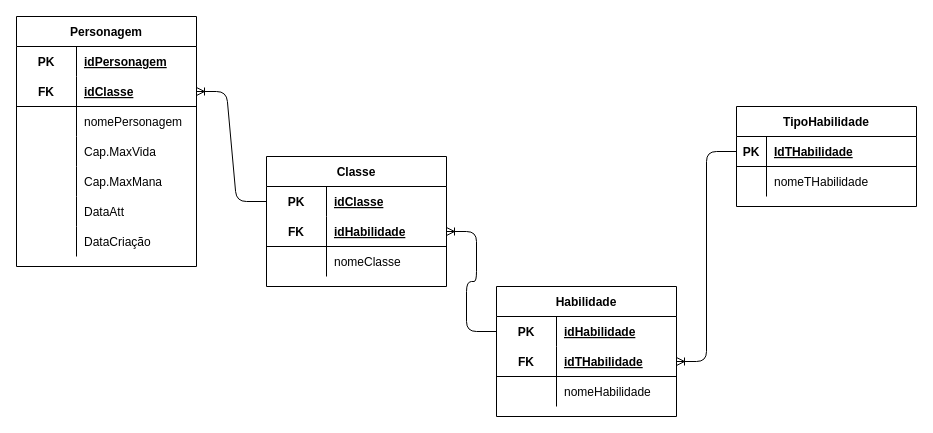
Above: page "Logico" (2 of 2) of Modelo/Modelos Logico e Conceitual.drawio in BartH28/SENAI-HROADS (draw.io), before the change. Source tidied: cells renumbered, new cells numbered last; positions are measured from the earlier drawing's top-left corner, leaving out a move shared by most shapes. Both pictures are drawn from the tidied source at 100%, with x=0, y=0 at pixel (16, 16).
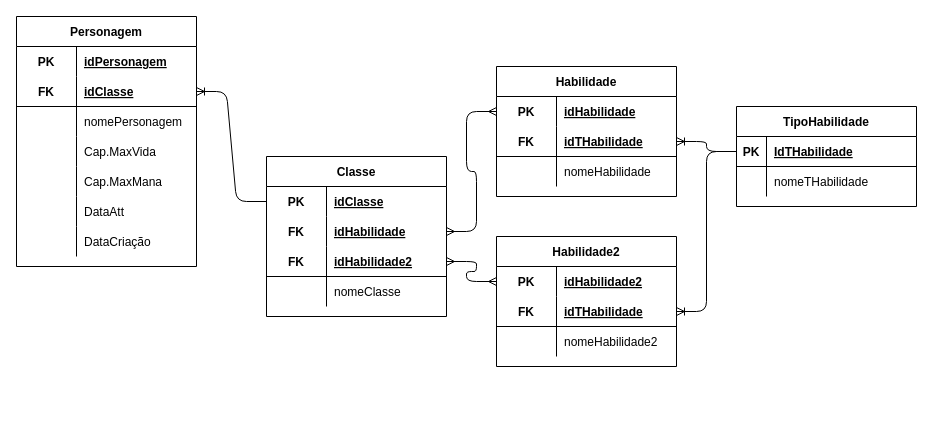
After the change.

Unchanged cells that the change refers to:
```xml
<mxCell id="3" style="shape=partialRectangle;fillColor=none;top=0;left=0;bottom=1;right=0;points=[[0,0.5],[1,0.5]];portConstraint=eastwest;" parent="2" vertex="1">
  <mxGeometry y="30" width="180" height="30" as="geometry" />
</mxCell>
<mxCell id="10" style="shape=partialRectangle;fillColor=none;top=0;left=0;bottom=0;right=0;points=[[0,0.5],[1,0.5]];portConstraint=eastwest;" parent="9" vertex="1">
  <mxGeometry y="30" width="180" height="30" as="geometry" />
</mxCell>
```

What changed in the source:
```diff
@@
     <mxCell id="9" value="Habilidade" style="shape=table;startSize=30;childLayout=tableLayout;rowLines=0;fontStyle=1;align=center;" parent="1" vertex="1">
-      <mxGeometry x="480" y="270" width="180" height="130" as="geometry" />
+      <mxGeometry x="480" y="50" width="180" height="130" as="geometry" />
     </mxCell>
@@
     <mxCell id="19" value="Classe" style="shape=table;startSize=30;childLayout=tableLayout;rowLines=0;fontStyle=1;align=center;" parent="1" vertex="1">
-      <mxGeometry x="250" y="140" width="180" height="130" as="geometry" />
+      <mxGeometry x="250" y="140" width="180" height="160" as="geometry" />
     </mxCell>
@@
+    <mxCell id="54" style="shape=partialRectangle;fillColor=none;top=0;left=0;bottom=0;right=0;points=[[0,0.5],[1,0.5]];portConstraint=eastwest;" parent="19" vertex="1">
+      <mxGeometry y="60" width="180" height="30" as="geometry" />
+    </mxCell>
+    <mxCell id="55" value="FK" style="shape=partialRectangle;fillColor=none;top=0;left=0;bottom=0;right=0;fontStyle=1;overflow=hidden;" parent="54" vertex="1">
+      <mxGeometry width="60" height="30" as="geometry" />
+    </mxCell>
+    <mxCell id="56" value="idHabilidade" style="shape=partialRectangle;fillColor=none;top=0;left=0;bottom=0;right=0;align=left;spacingLeft=6;fontStyle=5;overflow=hidden;" parent="54" vertex="1">
+      <mxGeometry x="60" width="120" height="30" as="geometry" />
+    </mxCell>
     <mxCell id="23" style="shape=partialRectangle;fillColor=none;top=0;left=0;bottom=1;right=0;points=[[0,0.5],[1,0.5]];portConstraint=eastwest;" parent="19" vertex="1">
-      <mxGeometry y="60" width="180" height="30" as="geometry" />
+      <mxGeometry y="90" width="180" height="30" as="geometry" />
     </mxCell>
@@
-    <mxCell id="25" value="idHabilidade" style="shape=partialRectangle;fillColor=none;top=0;left=0;bottom=0;right=0;align=left;spacingLeft=6;fontStyle=5;overflow=hidden;" parent="23" vertex="1">
+    <mxCell id="25" value="idHabilidade2" style="shape=partialRectangle;fillColor=none;top=0;left=0;bottom=0;right=0;align=left;spacingLeft=6;fontStyle=5;overflow=hidden;" parent="23" vertex="1">
       <mxGeometry x="60" width="120" height="30" as="geometry" />
     </mxCell>
     <mxCell id="26" style="shape=partialRectangle;fillColor=none;top=0;left=0;bottom=0;right=0;" parent="19" vertex="1">
-      <mxGeometry y="90" width="180" height="30" as="geometry" />
+      <mxGeometry y="120" width="180" height="30" as="geometry" />
     </mxCell>
@@
-    <mxCell id="52" style="edgeStyle=entityRelationEdgeStyle;fontSize=12;html=1;endArrow=ERoneToMany;entryX=1;entryY=0.5;entryDx=0;entryDy=0;exitX=0;exitY=0.5;exitDx=0;exitDy=0;" parent="1" edge="1" source="10" target="23">
-      <mxGeometry relative="1" as="geometry" />
-    </mxCell>
@@
+    <mxCell id="57" value="Habilidade2" style="shape=table;startSize=30;childLayout=tableLayout;rowLines=0;fontStyle=1;align=center;" parent="1" vertex="1">
+      <mxGeometry x="480" y="220" width="180" height="130" as="geometry" />
+    </mxCell>
+    <mxCell id="58" style="shape=partialRectangle;fillColor=none;top=0;left=0;bottom=0;right=0;points=[[0,0.5],[1,0.5]];portConstraint=eastwest;" parent="57" vertex="1">
+      <mxGeometry y="30" width="180" height="30" as="geometry" />
+    </mxCell>
+    <mxCell id="59" value="PK" style="shape=partialRectangle;fillColor=none;top=0;left=0;bottom=0;right=0;fontStyle=1;overflow=hidden;" parent="58" vertex="1">
+      <mxGeometry width="60" height="30" as="geometry" />
+    </mxCell>
+    <mxCell id="60" value="idHabilidade2" style="shape=partialRectangle;fillColor=none;top=0;left=0;bottom=0;right=0;align=left;spacingLeft=6;fontStyle=5;overflow=hidden;" parent="58" vertex="1">
+      <mxGeometry x="60" width="120" height="30" as="geometry" />
+    </mxCell>
+    <mxCell id="61" style="shape=partialRectangle;fillColor=none;top=0;left=0;bottom=1;right=0;points=[[0,0.5],[1,0.5]];portConstraint=eastwest;" parent="57" vertex="1">
+      <mxGeometry y="60" width="180" height="30" as="geometry" />
+    </mxCell>
+    <mxCell id="62" value="FK" style="shape=partialRectangle;fillColor=none;top=0;left=0;bottom=0;right=0;fontStyle=1;overflow=hidden;" parent="61" vertex="1">
+      <mxGeometry width="60" height="30" as="geometry" />
+    </mxCell>
+    <mxCell id="63" value="idTHabilidade" style="shape=partialRectangle;fillColor=none;top=0;left=0;bottom=0;right=0;align=left;spacingLeft=6;fontStyle=5;overflow=hidden;" parent="61" vertex="1">
+      <mxGeometry x="60" width="120" height="30" as="geometry" />
+    </mxCell>
+    <mxCell id="64" style="shape=partialRectangle;fillColor=none;top=0;left=0;bottom=0;right=0;" parent="57" vertex="1">
+      <mxGeometry y="90" width="180" height="30" as="geometry" />
+    </mxCell>
+    <mxCell id="65" style="shape=partialRectangle;fillColor=none;top=0;left=0;bottom=0;right=0;overflow=hidden;" parent="64" vertex="1">
+      <mxGeometry width="60" height="30" as="geometry" />
+    </mxCell>
+    <mxCell id="66" value="nomeHabilidade2" style="shape=partialRectangle;fillColor=none;top=0;left=0;bottom=0;right=0;align=left;spacingLeft=6;overflow=hidden;" parent="64" vertex="1">
+      <mxGeometry x="60" width="120" height="30" as="geometry" />
+    </mxCell>
+    <mxCell id="67" style="edgeStyle=entityRelationEdgeStyle;fontSize=12;html=1;endArrow=ERmany;startArrow=ERmany;entryX=1;entryY=0.5;entryDx=0;entryDy=0;" parent="1" edge="1" source="10" target="54">
+      <mxGeometry relative="1" as="geometry" />
+    </mxCell>
+    <mxCell id="68" style="edgeStyle=entityRelationEdgeStyle;fontSize=12;html=1;endArrow=ERoneToMany;entryX=1;entryY=0.5;entryDx=0;entryDy=0;exitX=0;exitY=0.5;exitDx=0;exitDy=0;" parent="1" edge="1" source="3" target="61">
+      <mxGeometry relative="1" as="geometry" />
+    </mxCell>
+    <mxCell id="69" style="edgeStyle=entityRelationEdgeStyle;fontSize=12;html=1;endArrow=ERmany;startArrow=ERmany;exitX=0;exitY=0.5;exitDx=0;exitDy=0;entryX=1;entryY=0.5;entryDx=0;entryDy=0;" parent="1" edge="1" source="58" target="23">
+      <mxGeometry relative="1" as="geometry" />
+    </mxCell>
```
